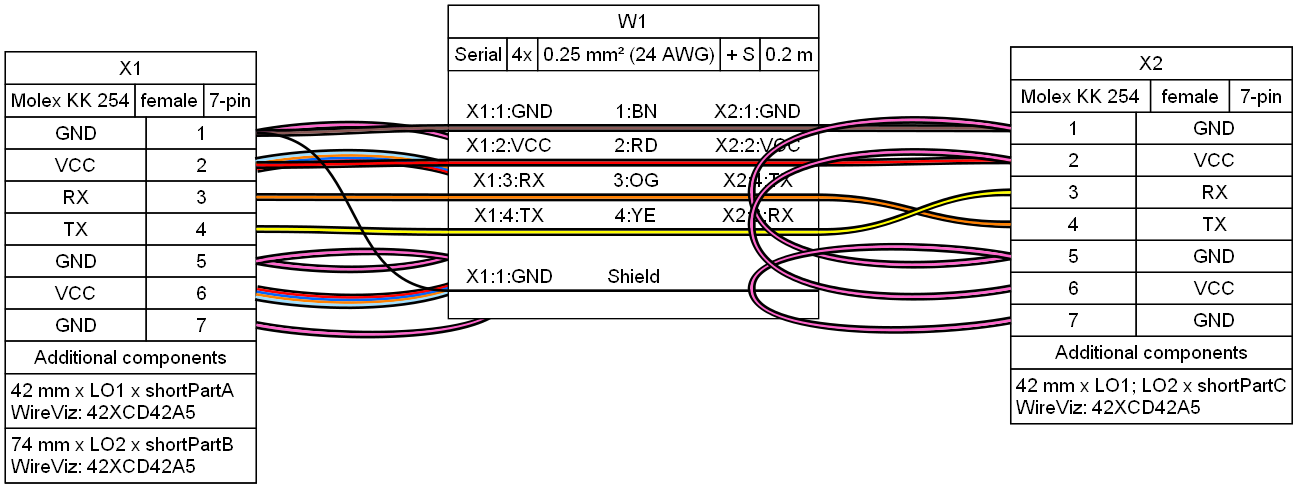
This is examples/ex16.png from wireviz/WireViz, a Graphviz export, as it was before one commit. Its source is kept beside it as examples/ex16.gv.
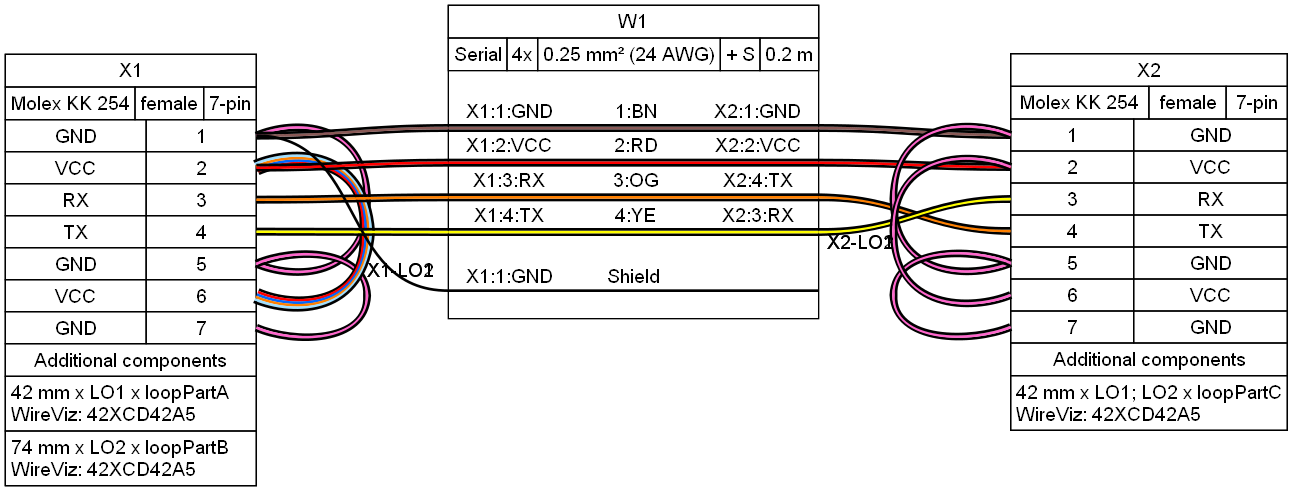
Above is the later version.

The edit, as a diff of the source:
```diff
@@ -56,21 +56,21 @@
  </td></tr>
  <tr><td>
   <table border="0" cellspacing="0" cellpadding="3" cellborder="1"><tr>
-   <td align="left" balign="left">42 mm x LO1 x shortPartA<br/>WireViz: 42XCD42A5</td>
+   <td align="left" balign="left">42 mm x LO1 x loopPartA<br/>WireViz: 42XCD42A5</td>
   </tr></table>
  </td></tr>
  <tr><td>
   <table border="0" cellspacing="0" cellpadding="3" cellborder="1"><tr>
-   <td align="left" balign="left">74 mm x LO2 x shortPartB<br/>WireViz: 42XCD42A5</td>
+   <td align="left" balign="left">74 mm x LO2 x loopPartB<br/>WireViz: 42XCD42A5</td>
   </tr></table>
  </td></tr>
 </table>
 > fillcolor="#FFFFFF" shape=box style=filled]
 	edge [color="#000000:#FF66CC:#000000"]
-	X1:p1r:e -- X1:p5r:e
-	X1:p5r:e -- X1:p7r:e
+	X1:p1r:e -- X1:p5r:e [label="X1-LO1"]
+	X1:p5r:e -- X1:p7r:e [label="X1-LO1"]
 	edge [color="#000000:#FF0000:#0066FF:#FF8000:#A0DFFF:#000000"]
-	X1:p2r:e -- X1:p6r:e
+	X1:p2r:e -- X1:p6r:e [label="X1-LO2"]
 	edge [headclip=true style=bold tailclip=true]
 	X2 [label=<
 <table border="0" cellspacing="0" cellpadding="0">
@@ -125,16 +125,16 @@
  </td></tr>
  <tr><td>
   <table border="0" cellspacing="0" cellpadding="3" cellborder="1"><tr>
-   <td align="left" balign="left">42 mm x LO1; LO2 x shortPartC<br/>WireViz: 42XCD42A5</td>
+   <td align="left" balign="left">42 mm x LO1; LO2 x loopPartC<br/>WireViz: 42XCD42A5</td>
   </tr></table>
  </td></tr>
 </table>
 > fillcolor="#FFFFFF" shape=box style=filled]
 	edge [color="#000000:#FF66CC:#000000"]
-	X2:p1l:w -- X2:p5l:w
-	X2:p5l:w -- X2:p7l:w
+	X2:p1l:w -- X2:p5l:w [label="X2-LO1"]
+	X2:p5l:w -- X2:p7l:w [label="X2-LO1"]
 	edge [color="#000000:#FF66CC:#000000"]
-	X2:p2l:w -- X2:p6l:w
+	X2:p2l:w -- X2:p6l:w [label="X2-LO2"]
 	edge [color="#000000:#895956:#000000"]
 	X1:p1r:e -- W1:w1:w
 	W1:w1:e -- X2:p1l:w
```
